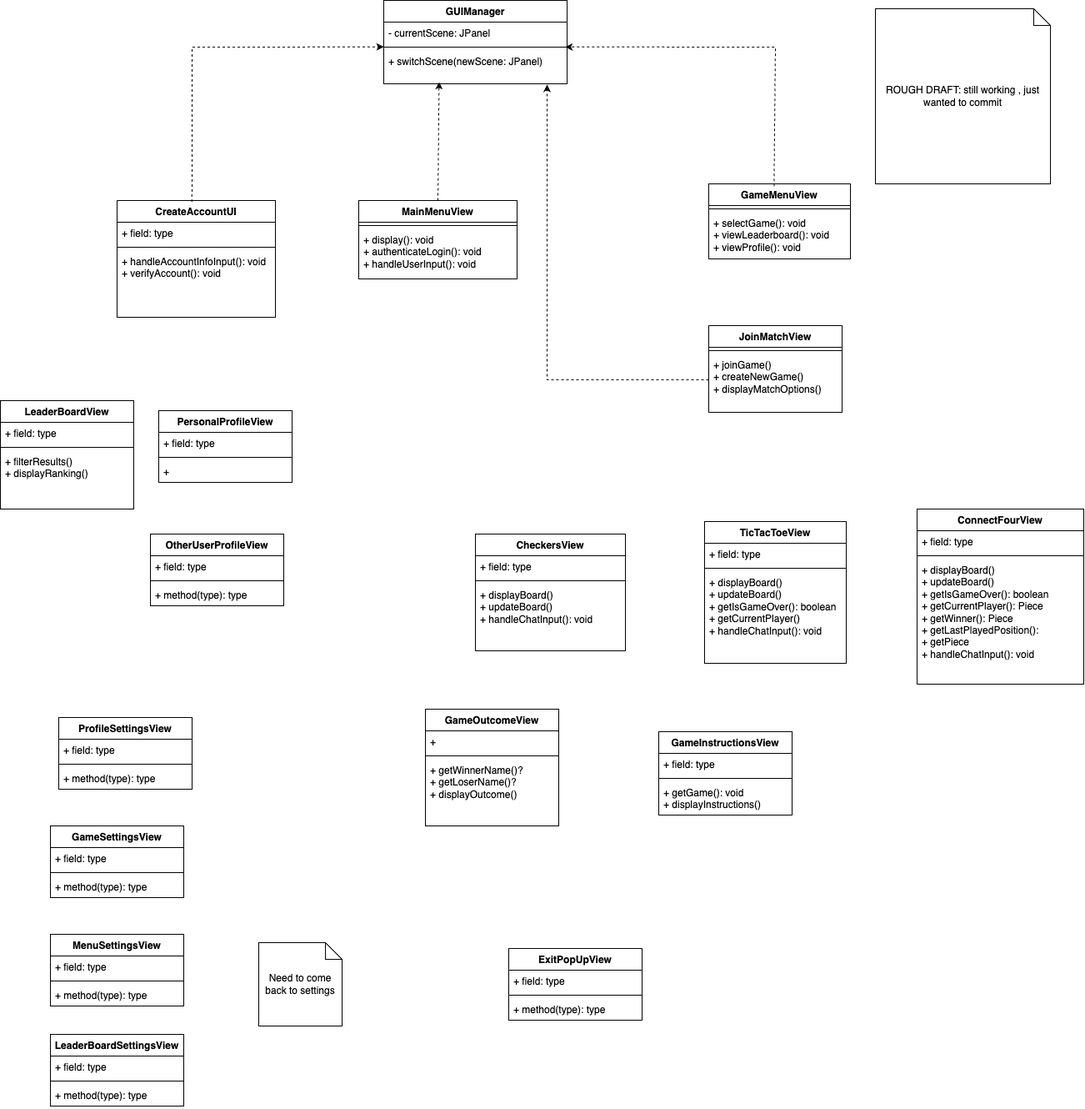
The draw.io diagram GUI_documents/GUI_structure_diagram.png in illiteratewaffle/RetroArcade, before a commit. Source tidied: cells renumbered, new cells last; positions are measured from the earlier drawing's top-left corner, leaving out a move shared by most shapes.
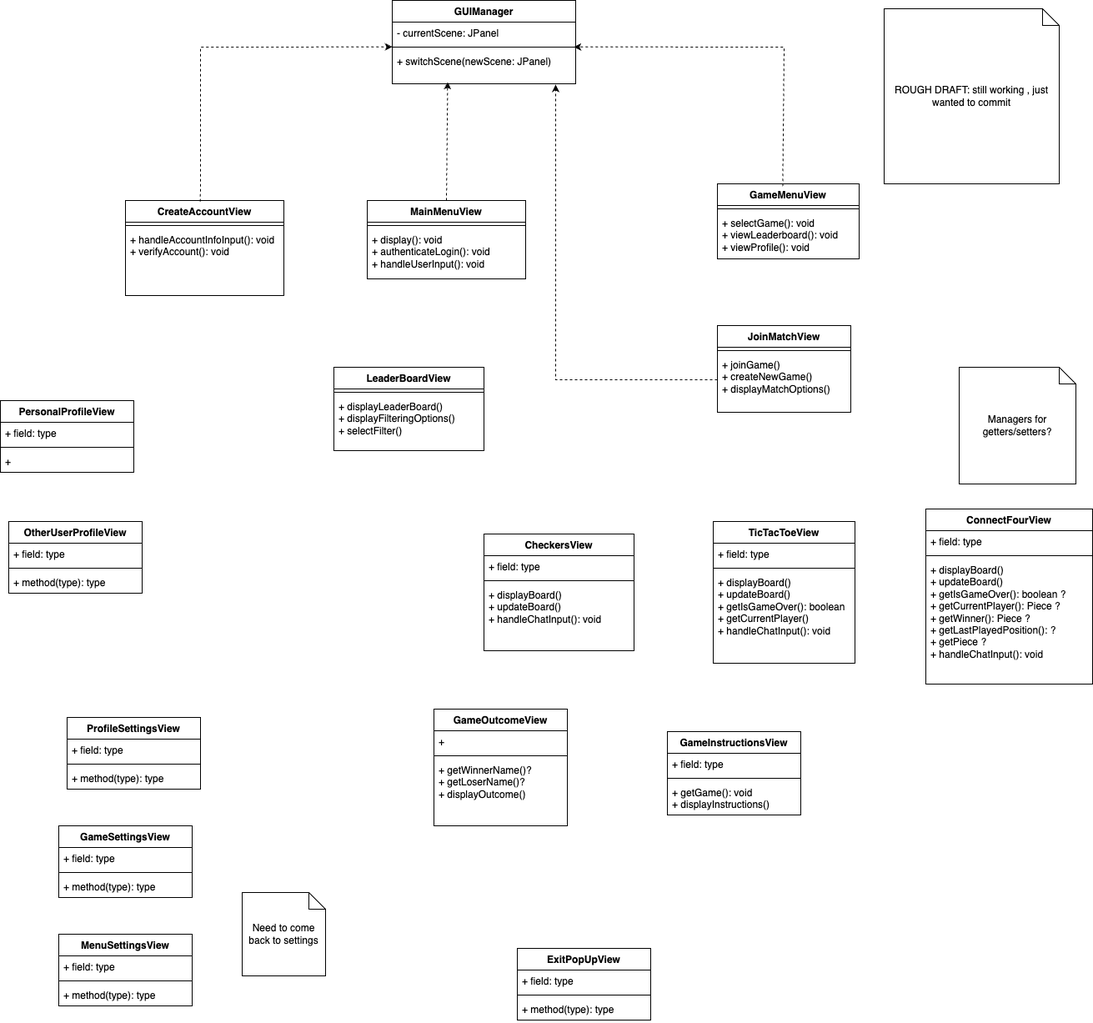
Later version of the same file.

Commit message:
Added more specific methods for LeaderBoardView. ROUGH DRAFT

Change to the diagram source:
```diff
@@ -68,7 +68,7 @@
     <mxCell id="23" style="line;strokeWidth=1;fillColor=none;align=left;verticalAlign=middle;spacingTop=-1;spacingLeft=3;spacingRight=3;labelPosition=right;strokeColor=inherit;" parent="21" vertex="1">
       <mxGeometry y="52" width="200" height="8" as="geometry" />
     </mxCell>
-    <mxCell id="24" value="+ displayBoard()&lt;div&gt;+ updateBoard()&lt;/div&gt;&lt;div&gt;&lt;span style=&quot;background-color: transparent; color: light-dark(rgb(0, 0, 0), rgb(255, 255, 255));&quot;&gt;+ getIsGameOver(): boolean&lt;/span&gt;&lt;/div&gt;&lt;div&gt;+ getCurrentPlayer(): Piece&lt;/div&gt;&lt;div&gt;+ getWinner(): Piece&lt;/div&gt;&lt;div&gt;+ getLastPlayedPosition():&amp;nbsp;&lt;/div&gt;&lt;div&gt;+ getPiece&lt;/div&gt;&lt;div&gt;+ handleChatInput(): void&lt;/div&gt;" style="text;strokeColor=none;fillColor=none;align=left;verticalAlign=top;spacingLeft=4;spacingRight=4;overflow=hidden;whiteSpace=wrap;html=1;" parent="21" vertex="1">
+    <mxCell id="24" value="+ displayBoard()&lt;div&gt;+ updateBoard()&lt;/div&gt;&lt;div&gt;&lt;span style=&quot;background-color: transparent; color: light-dark(rgb(0, 0, 0), rgb(255, 255, 255));&quot;&gt;+ getIsGameOver(): boolean ?&lt;/span&gt;&lt;/div&gt;&lt;div&gt;+ getCurrentPlayer(): Piece ?&lt;/div&gt;&lt;div&gt;+ getWinner(): Piece ?&lt;/div&gt;&lt;div&gt;+ getLastPlayedPosition(): ?&amp;nbsp;&lt;/div&gt;&lt;div&gt;+ getPiece ?&lt;/div&gt;&lt;div&gt;+ handleChatInput(): void&amp;nbsp;&lt;/div&gt;" style="text;strokeColor=none;fillColor=none;align=left;verticalAlign=top;spacingLeft=4;spacingRight=4;overflow=hidden;whiteSpace=wrap;html=1;" parent="21" vertex="1">
       <mxGeometry y="60" width="200" height="150" as="geometry" />
     </mxCell>
     <mxCell id="25" style="edgeStyle=orthogonalEdgeStyle;rounded=0;jettySize=auto;html=1;entryX=0.891;entryY=1.025;entryDx=0;entryDy=0;entryPerimeter=0;dashed=1;" parent="1" edge="1" source="26" target="5">
@@ -88,28 +88,22 @@
       <mxGeometry y="34" width="160" height="70" as="geometry" />
     </mxCell>
     <mxCell id="29" value="LeaderBoardView" style="swimlane;fontStyle=1;align=center;verticalAlign=top;horizontal=1;startSize=26;whiteSpace=wrap;html=1;" parent="1" vertex="1">
-      <mxGeometry y="480" width="160" height="130" as="geometry" />
+      <mxGeometry x="390" y="440" width="180" height="100" as="geometry" />
     </mxCell>
-    <mxCell id="30" value="+ field: type" style="text;strokeColor=none;fillColor=none;align=left;verticalAlign=top;spacingLeft=4;spacingRight=4;overflow=hidden;whiteSpace=wrap;html=1;" parent="29" vertex="1">
-      <mxGeometry y="26" width="160" height="26" as="geometry" />
-    </mxCell>
     <mxCell id="31" style="line;strokeWidth=1;fillColor=none;align=left;verticalAlign=middle;spacingTop=-1;spacingLeft=3;spacingRight=3;labelPosition=right;strokeColor=inherit;" parent="29" vertex="1">
-      <mxGeometry y="52" width="160" height="8" as="geometry" />
+      <mxGeometry y="26" width="180" height="8" as="geometry" />
     </mxCell>
-    <mxCell id="32" value="+ filterResults()&lt;div&gt;+ displayRanking()&lt;/div&gt;" style="text;strokeColor=none;fillColor=none;align=left;verticalAlign=top;spacingLeft=4;spacingRight=4;overflow=hidden;whiteSpace=wrap;html=1;" parent="29" vertex="1">
-      <mxGeometry y="60" width="160" height="70" as="geometry" />
+    <mxCell id="32" value="&lt;div&gt;+ displayLeaderBoard()&lt;/div&gt;&lt;div&gt;+ displayFilteringOptions()&lt;div&gt;+ selectFilter()&lt;/div&gt;&lt;/div&gt;&lt;div&gt;&lt;br&gt;&lt;/div&gt;&lt;div&gt;&lt;br&gt;&lt;/div&gt;" style="text;strokeColor=none;fillColor=none;align=left;verticalAlign=top;spacingLeft=4;spacingRight=4;overflow=hidden;whiteSpace=wrap;html=1;" parent="29" vertex="1">
+      <mxGeometry y="34" width="180" height="66" as="geometry" />
     </mxCell>
-    <mxCell id="33" value="CreateAccountUI" style="swimlane;fontStyle=1;align=center;verticalAlign=top;horizontal=1;startSize=26;whiteSpace=wrap;html=1;" parent="1" vertex="1">
-      <mxGeometry x="140" y="240" width="190" height="140" as="geometry" />
+    <mxCell id="33" value="CreateAccountView" style="swimlane;fontStyle=1;align=center;verticalAlign=top;horizontal=1;startSize=26;whiteSpace=wrap;html=1;" parent="1" vertex="1">
+      <mxGeometry x="140" y="240" width="190" height="114" as="geometry" />
     </mxCell>
-    <mxCell id="34" value="+ field: type" style="text;strokeColor=none;fillColor=none;align=left;verticalAlign=top;spacingLeft=4;spacingRight=4;overflow=hidden;whiteSpace=wrap;html=1;" parent="33" vertex="1">
-      <mxGeometry y="26" width="190" height="26" as="geometry" />
-    </mxCell>
     <mxCell id="35" style="line;strokeWidth=1;fillColor=none;align=left;verticalAlign=middle;spacingTop=-1;spacingLeft=3;spacingRight=3;labelPosition=right;strokeColor=inherit;" parent="33" vertex="1">
-      <mxGeometry y="52" width="190" height="8" as="geometry" />
+      <mxGeometry y="26" width="190" height="8" as="geometry" />
     </mxCell>
     <mxCell id="36" value="+ handleAccountInfoInput(): void&lt;div&gt;+ verifyAccount(): void&lt;/div&gt;&lt;div&gt;&amp;nbsp;&lt;/div&gt;" style="text;strokeColor=none;fillColor=none;align=left;verticalAlign=top;spacingLeft=4;spacingRight=4;overflow=hidden;whiteSpace=wrap;html=1;" parent="33" vertex="1">
-      <mxGeometry y="60" width="190" height="80" as="geometry" />
+      <mxGeometry y="34" width="190" height="80" as="geometry" />
     </mxCell>
     <mxCell id="37" value="GameOutcomeView" style="swimlane;fontStyle=1;align=center;verticalAlign=top;horizontal=1;startSize=26;whiteSpace=wrap;html=1;" parent="1" vertex="1">
       <mxGeometry x="510" y="850" width="160" height="140" as="geometry" />
@@ -136,7 +130,7 @@
       <mxGeometry y="60" width="160" height="40" as="geometry" />
     </mxCell>
     <mxCell id="45" value="PersonalProfileView" style="swimlane;fontStyle=1;align=center;verticalAlign=top;horizontal=1;startSize=26;whiteSpace=wrap;html=1;" parent="1" vertex="1">
-      <mxGeometry x="190" y="492" width="160" height="86" as="geometry" />
+      <mxGeometry x="-10" y="480" width="160" height="86" as="geometry" />
     </mxCell>
     <mxCell id="46" value="+ field: type" style="text;strokeColor=none;fillColor=none;align=left;verticalAlign=top;spacingLeft=4;spacingRight=4;overflow=hidden;whiteSpace=wrap;html=1;" parent="45" vertex="1">
       <mxGeometry y="26" width="160" height="26" as="geometry" />
@@ -148,7 +142,7 @@
       <mxGeometry y="60" width="160" height="26" as="geometry" />
     </mxCell>
     <mxCell id="49" value="OtherUserProfileView" style="swimlane;fontStyle=1;align=center;verticalAlign=top;horizontal=1;startSize=26;whiteSpace=wrap;html=1;" parent="1" vertex="1">
-      <mxGeometry x="180" y="640" width="160" height="86" as="geometry" />
+      <mxGeometry y="625" width="160" height="86" as="geometry" />
     </mxCell>
     <mxCell id="50" value="+ field: type" style="text;strokeColor=none;fillColor=none;align=left;verticalAlign=top;spacingLeft=4;spacingRight=4;overflow=hidden;whiteSpace=wrap;html=1;" parent="49" vertex="1">
       <mxGeometry y="26" width="160" height="26" as="geometry" />
@@ -195,20 +189,8 @@
     <mxCell id="64" value="+ method(type): type" style="text;strokeColor=none;fillColor=none;align=left;verticalAlign=top;spacingLeft=4;spacingRight=4;overflow=hidden;whiteSpace=wrap;html=1;" parent="61" vertex="1">
       <mxGeometry y="60" width="160" height="26" as="geometry" />
     </mxCell>
-    <mxCell id="65" value="LeaderBoardSettingsView" style="swimlane;fontStyle=1;align=center;verticalAlign=top;horizontal=1;startSize=26;whiteSpace=wrap;html=1;" parent="1" vertex="1">
-      <mxGeometry x="60" y="1240" width="160" height="86" as="geometry" />
-    </mxCell>
-    <mxCell id="66" value="+ field: type" style="text;strokeColor=none;fillColor=none;align=left;verticalAlign=top;spacingLeft=4;spacingRight=4;overflow=hidden;whiteSpace=wrap;html=1;" parent="65" vertex="1">
-      <mxGeometry y="26" width="160" height="26" as="geometry" />
-    </mxCell>
-    <mxCell id="67" style="line;strokeWidth=1;fillColor=none;align=left;verticalAlign=middle;spacingTop=-1;spacingLeft=3;spacingRight=3;labelPosition=right;strokeColor=inherit;" parent="65" vertex="1">
-      <mxGeometry y="52" width="160" height="8" as="geometry" />
-    </mxCell>
-    <mxCell id="68" value="+ method(type): type" style="text;strokeColor=none;fillColor=none;align=left;verticalAlign=top;spacingLeft=4;spacingRight=4;overflow=hidden;whiteSpace=wrap;html=1;" parent="65" vertex="1">
-      <mxGeometry y="60" width="160" height="26" as="geometry" />
-    </mxCell>
     <mxCell id="69" value="Need to come back to settings" style="shape=note;size=20;whiteSpace=wrap;html=1;" parent="1" vertex="1">
-      <mxGeometry x="310" y="1130" width="100" height="100" as="geometry" />
+      <mxGeometry x="280" y="1070" width="100" height="100" as="geometry" />
     </mxCell>
     <mxCell id="70" value="ExitPopUpView" style="swimlane;fontStyle=1;align=center;verticalAlign=top;horizontal=1;startSize=26;whiteSpace=wrap;html=1;" parent="1" vertex="1">
       <mxGeometry x="610" y="1137" width="160" height="86" as="geometry" />
@@ -239,5 +221,8 @@
     <mxCell id="76" value="ROUGH DRAFT: still working , just wanted to commit" style="shape=note;size=20;whiteSpace=wrap;html=1;" parent="1" vertex="1">
       <mxGeometry x="1050" y="10" width="210" height="210" as="geometry" />
     </mxCell>
+    <mxCell id="77" value="Managers for getters/setters?" style="shape=note;size=20;whiteSpace=wrap;html=1;" parent="1" vertex="1">
+      <mxGeometry x="1140" y="440" width="140" height="140" as="geometry" />
+    </mxCell>
   </root>
 </mxGraphModel>
```
